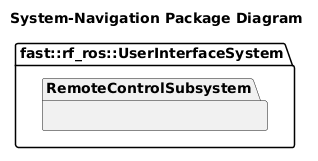
Earlier version of the PlantUML export Systems/UserInterface/doc/puml/SystemUserInterfacePackageDiagram.png (fastrobotics/robot_framework_ros). Its diagram source:
```plantuml
@startuml
title System-Navigation Package Diagram
namespace fast::rf_ros::UserInterfaceSystem {
    namespace RemoteControlSubsystem {

    }
}
@enduml
```
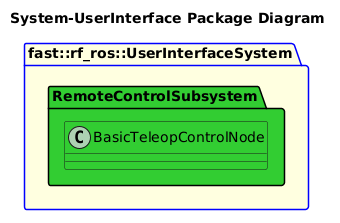
The same diagram one commit later.

The edit, as a diff of the source:
```diff
@@ -1,8 +1,8 @@
 @startuml
-title System-Navigation Package Diagram
-namespace fast::rf_ros::UserInterfaceSystem {
-    namespace RemoteControlSubsystem {
-
+title System-UserInterface Package Diagram
+package fast::rf_ros::UserInterfaceSystem #LightYellow;line:blue {
+    namespace RemoteControlSubsystem #LimeGreen  {
+        class BasicTeleopControlNode #LimeGreen {}
     }
 }
 @enduml
```
